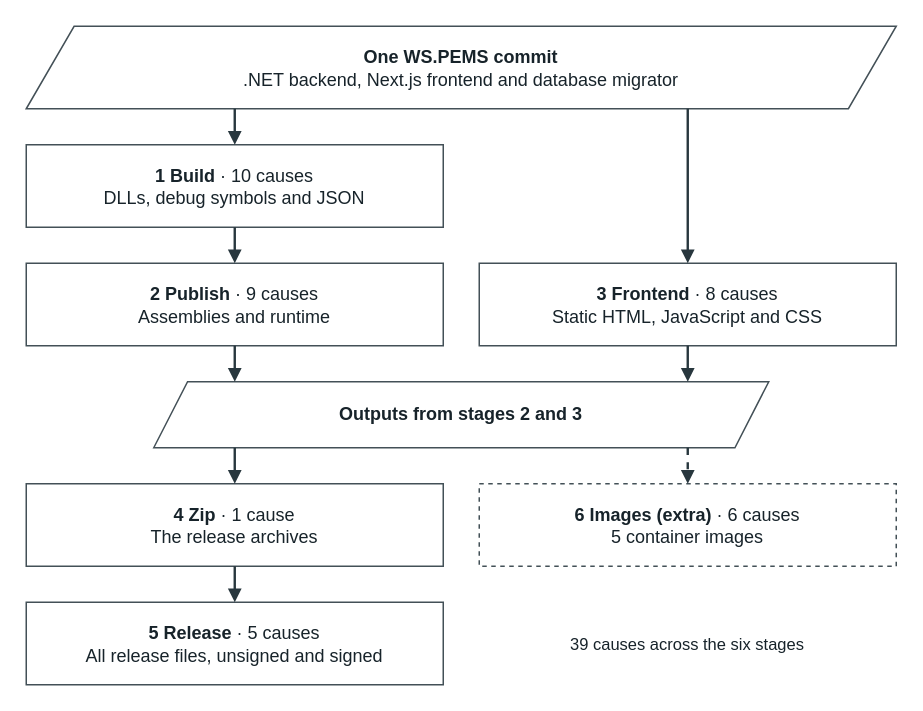
This is 1-ws-pems/figures/rq1-stages-overview.drawio from leosakharoff/dotnet-rebuild-experiments, a draw.io file, before an edit. Source tidied: cells renumbered, new cells numbered last; positions are measured from the earlier drawing's top-left corner, leaving out a move shared by most shapes. Both pictures are drawn from the tidied source at 150%, with x=0, y=0 at pixel (26, 26).
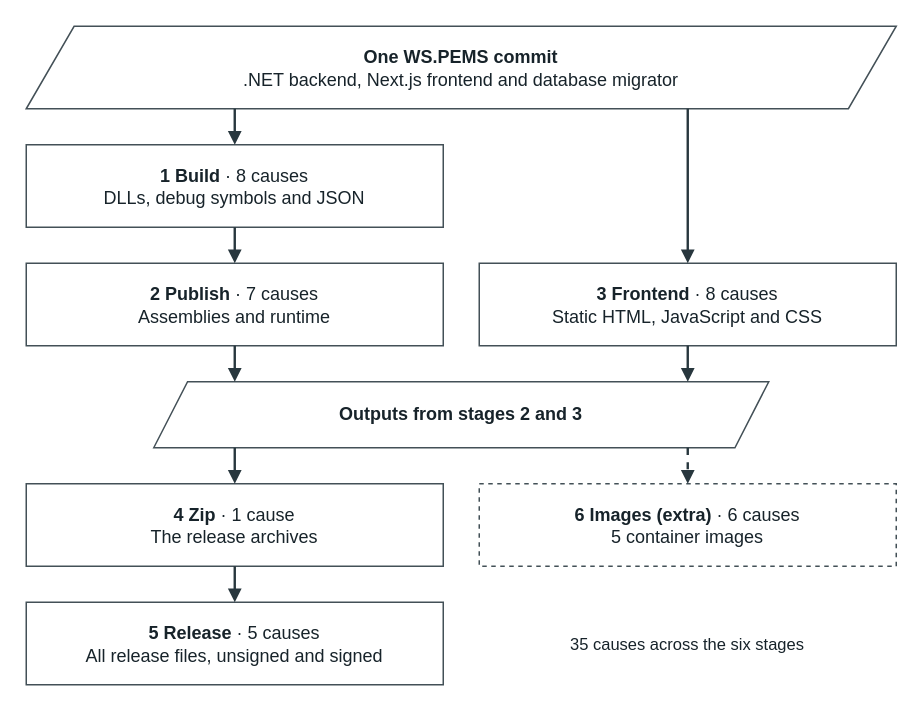
The same diagram, later.

Commit message (it also covers changes not shown here):
Findings audit: 35 causes, three merged, observed vs inspection

The edit, as a diff of the source:
```diff
@@
 <mxGraphModel background="#ffffff">
   <root>
     <mxCell id="0" />
     <mxCell id="1" parent="0" />
     <mxCell id="2" value="&lt;b&gt;One WS.PEMS commit&lt;/b&gt;&lt;br&gt;.NET backend, Next.js frontend and database migrator" style="shape=parallelogram;size=0.055;fillColor=#ffffff;strokeColor=#435057;html=1;whiteSpace=wrap;align=center;verticalAlign=middle;fontFamily=Helvetica;fontSize=12;fontColor=#17232a;strokeWidth=1;spacing=12;" parent="1" vertex="1">
       <mxGeometry width="580" height="55" as="geometry" />
     </mxCell>
-    <mxCell id="3" value="&lt;b&gt;1 Build&lt;/b&gt; · 10 causes&lt;br&gt;DLLs, debug symbols and JSON" style="rounded=0;fillColor=#ffffff;strokeColor=#435057;html=1;whiteSpace=wrap;align=center;verticalAlign=middle;fontFamily=Helvetica;fontSize=12;fontColor=#17232a;strokeWidth=1;spacing=12;" parent="1" vertex="1">
+    <mxCell id="3" value="&lt;b&gt;1 Build&lt;/b&gt; · 8 causes&lt;br&gt;DLLs, debug symbols and JSON" style="rounded=0;fillColor=#ffffff;strokeColor=#435057;html=1;whiteSpace=wrap;align=center;verticalAlign=middle;fontFamily=Helvetica;fontSize=12;fontColor=#17232a;strokeWidth=1;spacing=12;" parent="1" vertex="1">
       <mxGeometry y="79" width="278" height="55" as="geometry" />
     </mxCell>
-    <mxCell id="4" value="&lt;b&gt;2 Publish&lt;/b&gt; · 9 causes&lt;br&gt;Assemblies and runtime" style="rounded=0;fillColor=#ffffff;strokeColor=#435057;html=1;whiteSpace=wrap;align=center;verticalAlign=middle;fontFamily=Helvetica;fontSize=12;fontColor=#17232a;strokeWidth=1;spacing=12;" parent="1" vertex="1">
+    <mxCell id="4" value="&lt;b&gt;2 Publish&lt;/b&gt; · 7 causes&lt;br&gt;Assemblies and runtime" style="rounded=0;fillColor=#ffffff;strokeColor=#435057;html=1;whiteSpace=wrap;align=center;verticalAlign=middle;fontFamily=Helvetica;fontSize=12;fontColor=#17232a;strokeWidth=1;spacing=12;" parent="1" vertex="1">
       <mxGeometry y="158" width="278" height="55" as="geometry" />
     </mxCell>
     <mxCell id="5" value="&lt;b&gt;3 Frontend&lt;/b&gt; · 8 causes&lt;br&gt;Static HTML, JavaScript and CSS" style="rounded=0;fillColor=#ffffff;strokeColor=#435057;html=1;whiteSpace=wrap;align=center;verticalAlign=middle;fontFamily=Helvetica;fontSize=12;fontColor=#17232a;strokeWidth=1;spacing=12;" parent="1" vertex="1">
       <mxGeometry x="302" y="158" width="278" height="55" as="geometry" />
     </mxCell>
     <mxCell id="6" value="&lt;b&gt;Outputs from stages 2 and 3&lt;/b&gt;" style="shape=parallelogram;size=0.055;fillColor=#ffffff;strokeColor=#435057;html=1;whiteSpace=wrap;align=center;verticalAlign=middle;fontFamily=Helvetica;fontSize=12;fontColor=#17232a;strokeWidth=1;spacing=12;" parent="1" vertex="1">
       <mxGeometry x="85" y="237" width="410" height="44" as="geometry" />
     </mxCell>
     <mxCell id="7" value="&lt;b&gt;4 Zip&lt;/b&gt; · 1 cause&lt;br&gt;The release archives" style="rounded=0;fillColor=#ffffff;strokeColor=#435057;html=1;whiteSpace=wrap;align=center;verticalAlign=middle;fontFamily=Helvetica;fontSize=12;fontColor=#17232a;strokeWidth=1;spacing=12;" parent="1" vertex="1">
       <mxGeometry y="305" width="278" height="55" as="geometry" />
     </mxCell>
     <mxCell id="8" value="&lt;b&gt;6 Images (extra)&lt;/b&gt; · 6 causes&lt;br&gt;5 container images" style="rounded=0;fillColor=#ffffff;strokeColor=#435057;html=1;whiteSpace=wrap;align=center;verticalAlign=middle;fontFamily=Helvetica;fontSize=12;fontColor=#17232a;strokeWidth=1;spacing=12;dashed=1;" parent="1" vertex="1">
       <mxGeometry x="302" y="305" width="278" height="55" as="geometry" />
     </mxCell>
     <mxCell id="9" value="&lt;b&gt;5 Release&lt;/b&gt; · 5 causes&lt;br&gt;All release files, unsigned and signed" style="rounded=0;fillColor=#ffffff;strokeColor=#435057;html=1;whiteSpace=wrap;align=center;verticalAlign=middle;fontFamily=Helvetica;fontSize=12;fontColor=#17232a;strokeWidth=1;spacing=12;" parent="1" vertex="1">
       <mxGeometry y="384" width="278" height="55" as="geometry" />
     </mxCell>
-    <mxCell id="10" value="39 causes across the six stages" style="fillColor=none;strokeColor=none;html=1;whiteSpace=wrap;align=center;verticalAlign=middle;fontFamily=Helvetica;fontSize=11;fontColor=#17232a;strokeWidth=1;spacing=0;" parent="1" vertex="1">
+    <mxCell id="10" value="35 causes across the six stages" style="fillColor=none;strokeColor=none;html=1;whiteSpace=wrap;align=center;verticalAlign=middle;fontFamily=Helvetica;fontSize=11;fontColor=#17232a;strokeWidth=1;spacing=0;" parent="1" vertex="1">
       <mxGeometry x="302" y="384" width="278" height="55" as="geometry" />
     </mxCell>
     <mxCell id="11" style="html=1;strokeColor=#28373e;strokeWidth=1.6;endArrow=block;endFill=1;endSize=5;edgeStyle=none;jumpStyle=none;exitX=0.2396551724137931;exitY=1;entryX=0.5;entryY=0;exitPerimeter=0;entryPerimeter=0;rounded=0;" parent="1" edge="1" source="2" target="3">
       <mxGeometry relative="1" as="geometry" />
     </mxCell>
     <mxCell id="12" style="html=1;strokeColor=#28373e;strokeWidth=1.6;endArrow=block;endFill=1;endSize=5;edgeStyle=none;jumpStyle=none;exitX=0.7603448275862069;exitY=1;entryX=0.5;entryY=0;exitPerimeter=0;entryPerimeter=0;rounded=0;" parent="1" edge="1" source="2" target="5">
       <mxGeometry relative="1" as="geometry" />
     </mxCell>
     <mxCell id="13" style="html=1;strokeColor=#28373e;strokeWidth=1.6;endArrow=block;endFill=1;endSize=5;edgeStyle=none;jumpStyle=none;exitX=0.5;exitY=1;entryX=0.5;entryY=0;exitPerimeter=0;entryPerimeter=0;rounded=0;" parent="1" edge="1" source="3" target="4">
       <mxGeometry relative="1" as="geometry" />
     </mxCell>
     <mxCell id="14" style="html=1;strokeColor=#28373e;strokeWidth=1.6;endArrow=block;endFill=1;endSize=5;edgeStyle=none;jumpStyle=none;exitX=0.5;exitY=1;entryX=0.13170731707317074;entryY=0;exitPerimeter=0;entryPerimeter=0;rounded=0;" parent="1" edge="1" source="4" target="6">
       <mxGeometry relative="1" as="geometry" />
     </mxCell>
     <mxCell id="15" style="html=1;strokeColor=#28373e;strokeWidth=1.6;endArrow=block;endFill=1;endSize=5;edgeStyle=none;jumpStyle=none;exitX=0.5;exitY=1;entryX=0.8682926829268293;entryY=0;exitPerimeter=0;entryPerimeter=0;rounded=0;" parent="1" edge="1" source="5" target="6">
       <mxGeometry relative="1" as="geometry" />
     </mxCell>
     <mxCell id="16" style="html=1;strokeColor=#28373e;strokeWidth=1.6;endArrow=block;endFill=1;endSize=5;edgeStyle=none;jumpStyle=none;exitX=0.13170731707317074;exitY=1;entryX=0.5;entryY=0;exitPerimeter=0;entryPerimeter=0;rounded=0;" parent="1" edge="1" source="6" target="7">
       <mxGeometry relative="1" as="geometry" />
     </mxCell>
     <mxCell id="17" style="html=1;strokeColor=#28373e;strokeWidth=1.6;endArrow=block;endFill=1;endSize=5;edgeStyle=none;jumpStyle=none;exitX=0.8682926829268293;exitY=1;entryX=0.5;entryY=0;exitPerimeter=0;entryPerimeter=0;rounded=0;dashed=1;" parent="1" edge="1" source="6" target="8">
       <mxGeometry relative="1" as="geometry" />
     </mxCell>
     <mxCell id="18" style="html=1;strokeColor=#28373e;strokeWidth=1.6;endArrow=block;endFill=1;endSize=5;edgeStyle=none;jumpStyle=none;exitX=0.5;exitY=1;entryX=0.5;entryY=0;exitPerimeter=0;entryPerimeter=0;rounded=0;" parent="1" edge="1" source="7" target="9">
       <mxGeometry relative="1" as="geometry" />
     </mxCell>
   </root>
 </mxGraphModel>
```
